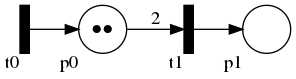
Above: examples/basic-petrinet.png in Eden-06/plantuml-petrinets (PlantUML), before the change. Its source is kept beside it as examples/basic-petrinet.puml.
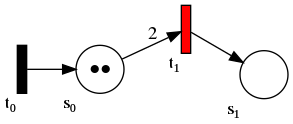
The same diagram one commit later.

Change to the diagram source:
```diff
@@ -5,14 +5,15 @@
 
   LeftToRight()
 
-  VTrans(t0)
-  Place(p0,_marking=Token(2))
-  VTrans(t1)
-  Place(p1)
+  VTrans(Sub("t0"),t0)
+  Place(Sub("s0"),s0,_marking=Token(2))
+  VTrans(Sub("t1"),t1,_style="fillcolor=red")
+  Place(Sub("s1"),s1)
 
-  Arc(t0,p0)
-  Arc(p0,t1,"2")
-  Arc(t1,p1)
+  Arc(t0,s0)
+  Arc(s0,t1,"2")
+  Arc(t1,s1)
+  ArcHidden(s0,s1)
 
 }
 
```
